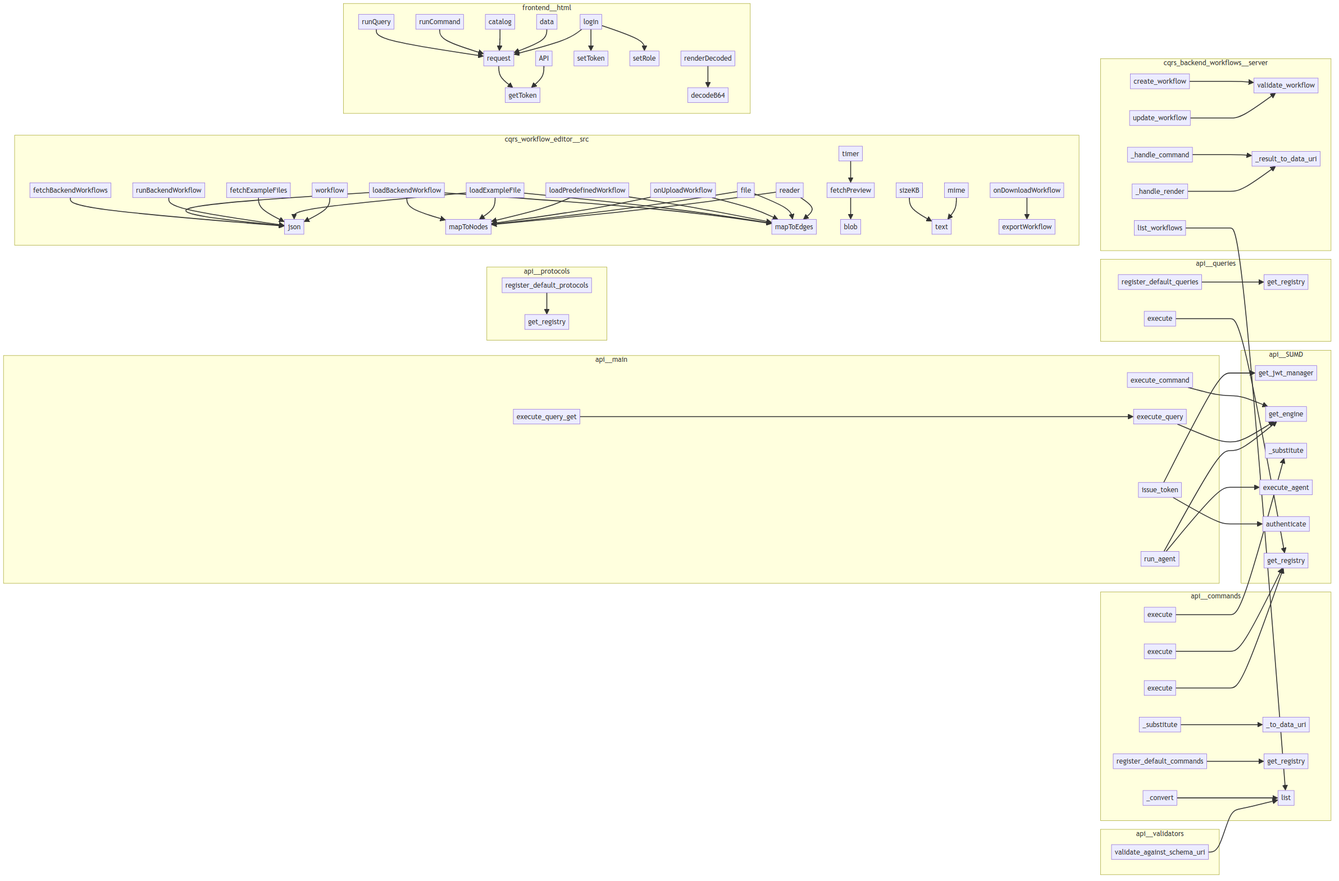
Earlier version of the Mermaid export project/calls.png (semcod/codot). Its source is kept beside it as project/calls.mmd.
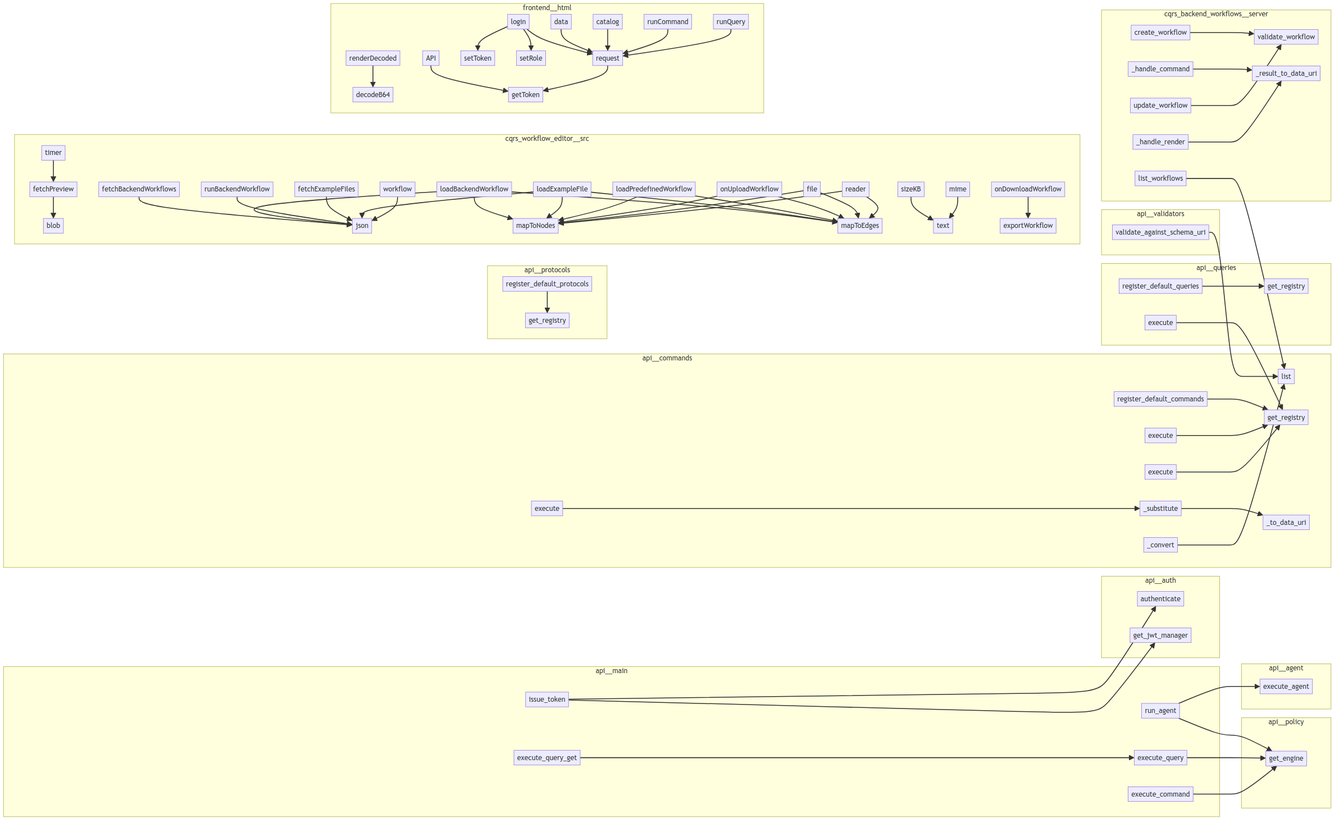
After the commit.

The edit, as a diff of the source:
```diff
@@ -1,87 +1,89 @@
 flowchart LR
-    subgraph api__SUMD
-        api__SUMD__get_jwt_manager["get_jwt_manager"]
-        api__SUMD__get_engine["get_engine"]
-        api__SUMD___substitute["_substitute"]
-        api__SUMD__execute_agent["execute_agent"]
-        api__SUMD__authenticate["authenticate"]
-        api__SUMD__get_registry["get_registry"]
+    subgraph api__agent
+        api__agent__execute_agent["execute_agent"]
+    end
+    subgraph api__auth
+        api__auth__get_jwt_manager["get_jwt_manager"]
+        api__auth__authenticate["authenticate"]
     end
     subgraph api__commands
+        api__commands__get_registry["get_registry"]
+        api__commands__CommandRegistry__list["list"]
+        api__commands__register_default_commands["register_default_commands"]
+        api__commands__pipeline__PipelineCommand__execute["execute"]
         api__commands__fetch__FetchCommand__execute["execute"]
         api__commands__converttobase64__ConvertToBase64Command__execute["execute"]
         api__commands__pipeline___substitute["_substitute"]
-        api__commands__register_default_commands["register_default_commands"]
+        api__commands__pipeline___to_data_uri["_to_data_uri"]
         api__commands__converttojson__ConvertToJsonCommand___convert["_convert"]
-        api__commands__pipeline___to_data_uri["_to_data_uri"]
-        api__commands__get_registry["get_registry"]
-        api__commands__pipeline__PipelineCommand__execute["execute"]
-        api__commands__CommandRegistry__list["list"]
     end
     subgraph api__main
+        api__main__issue_token["issue_token"]
         api__main__run_agent["run_agent"]
-        api__main__issue_token["issue_token"]
+        api__main__execute_query_get["execute_query_get"]
         api__main__execute_query["execute_query"]
         api__main__execute_command["execute_command"]
-        api__main__execute_query_get["execute_query_get"]
+    end
+    subgraph api__policy
+        api__policy__get_engine["get_engine"]
     end
     subgraph api__protocols
         api__protocols__get_registry["get_registry"]
         api__protocols__register_default_protocols["register_default_protocols"]
     end
     subgraph api__queries
+        api__queries__get_registry["get_registry"]
         api__queries__register_default_queries["register_default_queries"]
         api__queries__from_url__FromUrlQuery__execute["execute"]
-        api__queries__get_registry["get_registry"]
     end
     subgraph api__validators
         api__validators__validate_against_schema_uri["validate_against_schema_uri"]
     end
     subgraph cqrs_backend_workflows__server
         cqrs_backend_workflows__server__validate_workflow["validate_workflow"]
+        cqrs_backend_workflows__server__create_workflow["create_workflow"]
         cqrs_backend_workflows__server___handle_command["_handle_command"]
-        cqrs_backend_workflows__server__create_workflow["create_workflow"]
+        cqrs_backend_workflows__server___result_to_data_uri["_result_to_data_uri"]
+        cqrs_backend_workflows__server__update_workflow["update_workflow"]
+        cqrs_backend_workflows__server___handle_render["_handle_render"]
         cqrs_backend_workflows__server__list_workflows["list_workflows"]
-        cqrs_backend_workflows__server__update_workflow["update_workflow"]
-        cqrs_backend_workflows__server___result_to_data_uri["_result_to_data_uri"]
-        cqrs_backend_workflows__server___handle_render["_handle_render"]
     end
     subgraph cqrs_workflow_editor__src
-        cqrs_workflow_editor__src__App__fetchExampleFiles["fetchExampleFiles"]
         cqrs_workflow_editor__src__App__blob["blob"]
+        cqrs_workflow_editor__src__App__loadPredefinedWorkflow["loadPredefinedWorkflow"]
+        cqrs_workflow_editor__src__App__onDownloadWorkflow["onDownloadWorkflow"]
+        cqrs_workflow_editor__src__App__loadBackendWorkflow["loadBackendWorkflow"]
+        cqrs_workflow_editor__src__App__fetchPreview["fetchPreview"]
+        cqrs_workflow_editor__src__App__loadExampleFile["loadExampleFile"]
+        cqrs_workflow_editor__src__App__json["json"]
+        cqrs_workflow_editor__src__App__exportWorkflow["exportWorkflow"]
         cqrs_workflow_editor__src__App__timer["timer"]
-        cqrs_workflow_editor__src__App__loadExampleFile["loadExampleFile"]
-        cqrs_workflow_editor__src__App__fetchPreview["fetchPreview"]
-        cqrs_workflow_editor__src__App__workflow["workflow"]
-        cqrs_workflow_editor__src__App__file["file"]
+        cqrs_workflow_editor__src__App__mapToEdges["mapToEdges"]
         cqrs_workflow_editor__src__App__reader["reader"]
+        cqrs_workflow_editor__src__App__mapToNodes["mapToNodes"]
         cqrs_workflow_editor__src__App__runBackendWorkflow["runBackendWorkflow"]
-        cqrs_workflow_editor__src__App__onUploadWorkflow["onUploadWorkflow"]
-        cqrs_workflow_editor__src__App__onDownloadWorkflow["onDownloadWorkflow"]
         cqrs_workflow_editor__src__App__text["text"]
         cqrs_workflow_editor__src__App__mime["mime"]
-        cqrs_workflow_editor__src__App__exportWorkflow["exportWorkflow"]
-        cqrs_workflow_editor__src__App__mapToEdges["mapToEdges"]
-        cqrs_workflow_editor__src__App__mapToNodes["mapToNodes"]
-        cqrs_workflow_editor__src__App__json["json"]
-        cqrs_workflow_editor__src__App__loadPredefinedWorkflow["loadPredefinedWorkflow"]
+        cqrs_workflow_editor__src__App__fetchExampleFiles["fetchExampleFiles"]
+        cqrs_workflow_editor__src__App__file["file"]
+        cqrs_workflow_editor__src__App__workflow["workflow"]
+        cqrs_workflow_editor__src__App__onUploadWorkflow["onUploadWorkflow"]
         cqrs_workflow_editor__src__App__fetchBackendWorkflows["fetchBackendWorkflows"]
         cqrs_workflow_editor__src__App__sizeKB["sizeKB"]
-        cqrs_workflow_editor__src__App__loadBackendWorkflow["loadBackendWorkflow"]
     end
     subgraph frontend__html
+        frontend__html__js__app__decodeB64["decodeB64"]
         frontend__html__js__api__runQuery["runQuery"]
+        frontend__html__js__api__runCommand["runCommand"]
+        frontend__html__js__app__renderDecoded["renderDecoded"]
         frontend__html__js__api__setRole["setRole"]
-        frontend__html__js__api__login["login"]
+        frontend__html__js__api__data["data"]
         frontend__html__js__api__getToken["getToken"]
-        frontend__html__js__api__data["data"]
-        frontend__html__js__api__request["request"]
-        frontend__html__js__api__runCommand["runCommand"]
         frontend__html__js__api__catalog["catalog"]
         frontend__html__js__api__setToken["setToken"]
-        frontend__html__js__app__renderDecoded["renderDecoded"]
+        frontend__html__js__api__login["login"]
         frontend__html__js__api__API["API"]
-        frontend__html__js__app__decodeB64["decodeB64"]
+        frontend__html__js__api__request["request"]
     end
     frontend__html__js__api__API --> frontend__html__js__api__getToken
     frontend__html__js__api__request --> frontend__html__js__api__getToken
@@ -93,26 +95,6 @@
     frontend__html__js__api__runCommand --> frontend__html__js__api__request
     frontend__html__js__api__runQuery --> frontend__html__js__api__request
     frontend__html__js__app__renderDecoded --> frontend__html__js__app__decodeB64
-    cqrs_backend_workflows__server___handle_command --> cqrs_backend_workflows__server___result_to_data_uri
-    cqrs_backend_workflows__server___handle_render --> cqrs_backend_workflows__server___result_to_data_uri
-    cqrs_backend_workflows__server__list_workflows --> api__commands__CommandRegistry__list
-    cqrs_backend_workflows__server__create_workflow --> cqrs_backend_workflows__server__validate_workflow
-    cqrs_backend_workflows__server__update_workflow --> cqrs_backend_workflows__server__validate_workflow
-    api__main__issue_token --> api__SUMD__authenticate
-    api__main__issue_token --> api__SUMD__get_jwt_manager
-    api__main__execute_command --> api__SUMD__get_engine
-    api__main__execute_query --> api__SUMD__get_engine
-    api__main__execute_query_get --> api__main__execute_query
-    api__main__run_agent --> api__SUMD__execute_agent
-    api__main__run_agent --> api__SUMD__get_engine
-    api__commands__fetch__FetchCommand__execute --> api__SUMD__get_registry
-    api__commands__register_default_commands --> api__commands__get_registry
-    api__commands__converttojson__ConvertToJsonCommand___convert --> api__commands__CommandRegistry__list
-    api__commands__converttobase64__ConvertToBase64Command__execute --> api__SUMD__get_registry
-    api__validators__validate_against_schema_uri --> api__commands__CommandRegistry__list
-    api__protocols__register_default_protocols --> api__protocols__get_registry
-    api__queries__from_url__FromUrlQuery__execute --> api__SUMD__get_registry
-    api__queries__register_default_queries --> api__queries__get_registry
     cqrs_workflow_editor__src__App__fetchBackendWorkflows --> cqrs_workflow_editor__src__App__json
     cqrs_workflow_editor__src__App__loadBackendWorkflow --> cqrs_workflow_editor__src__App__json
     cqrs_workflow_editor__src__App__loadBackendWorkflow --> cqrs_workflow_editor__src__App__mapToNodes
@@ -136,5 +118,25 @@
     cqrs_workflow_editor__src__App__file --> cqrs_workflow_editor__src__App__mapToEdges
     cqrs_workflow_editor__src__App__reader --> cqrs_workflow_editor__src__App__mapToNodes
     cqrs_workflow_editor__src__App__reader --> cqrs_workflow_editor__src__App__mapToEdges
+    cqrs_backend_workflows__server___handle_command --> cqrs_backend_workflows__server___result_to_data_uri
+    cqrs_backend_workflows__server___handle_render --> cqrs_backend_workflows__server___result_to_data_uri
+    cqrs_backend_workflows__server__list_workflows --> api__commands__CommandRegistry__list
+    cqrs_backend_workflows__server__create_workflow --> cqrs_backend_workflows__server__validate_workflow
+    cqrs_backend_workflows__server__update_workflow --> cqrs_backend_workflows__server__validate_workflow
+    api__main__issue_token --> api__auth__authenticate
+    api__main__issue_token --> api__auth__get_jwt_manager
+    api__main__execute_command --> api__policy__get_engine
+    api__main__execute_query --> api__policy__get_engine
+    api__main__execute_query_get --> api__main__execute_query
+    api__main__run_agent --> api__agent__execute_agent
+    api__main__run_agent --> api__policy__get_engine
+    api__commands__fetch__FetchCommand__execute --> api__commands__get_registry
+    api__commands__register_default_commands --> api__commands__get_registry
+    api__commands__converttojson__ConvertToJsonCommand___convert --> api__commands__CommandRegistry__list
+    api__commands__converttobase64__ConvertToBase64Command__execute --> api__commands__get_registry
     api__commands__pipeline___substitute --> api__commands__pipeline___to_data_uri
-    api__commands__pipeline__PipelineCommand__execute --> api__SUMD___substitute
+    api__commands__pipeline__PipelineCommand__execute --> api__commands__pipeline___substitute
+    api__validators__validate_against_schema_uri --> api__commands__CommandRegistry__list
+    api__protocols__register_default_protocols --> api__protocols__get_registry
+    api__queries__from_url__FromUrlQuery__execute --> api__commands__get_registry
+    api__queries__register_default_queries --> api__queries__get_registry
```
